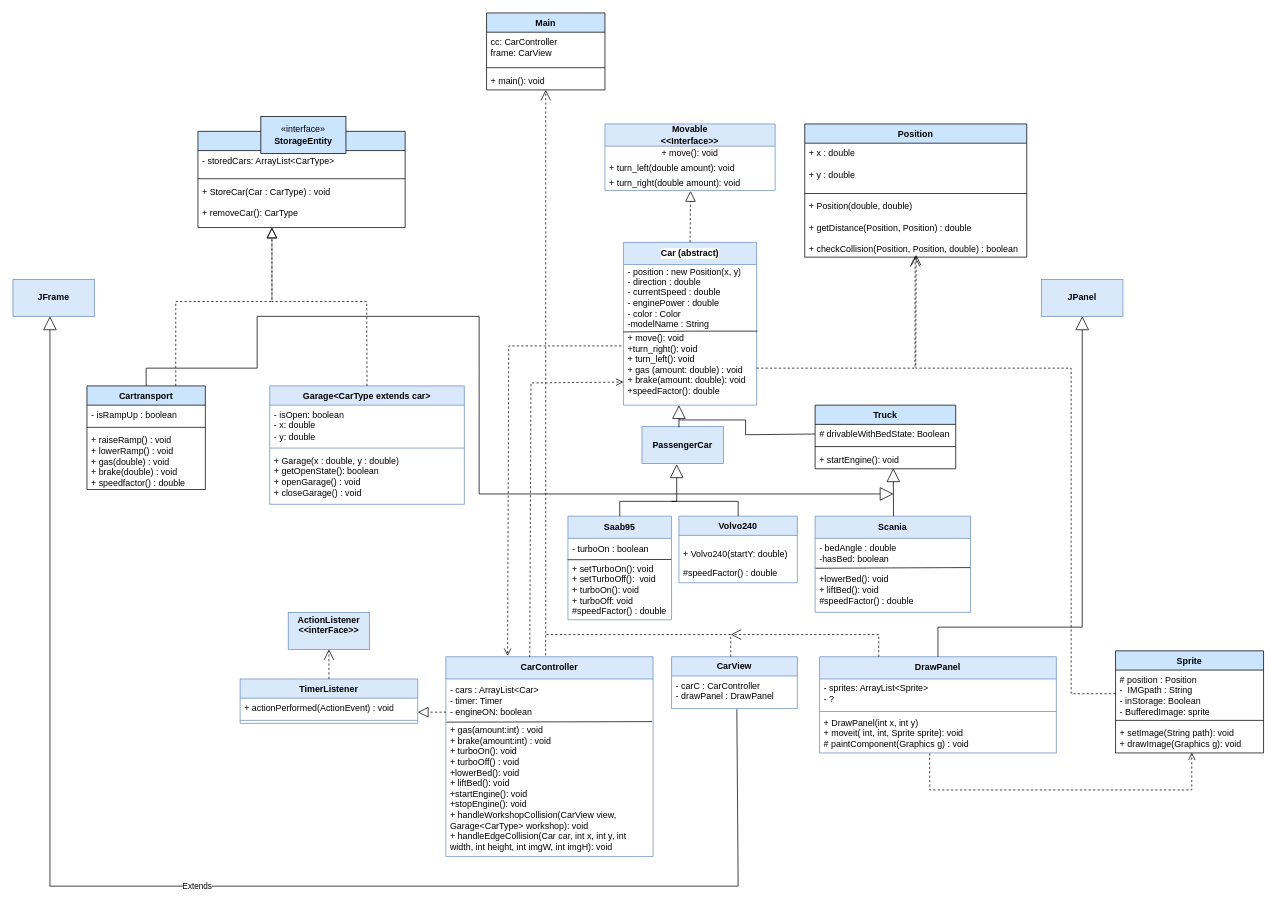
Jollan123/lab1 keeps this draw.io diagram as .idea/Namnlöst diagram.drawio. Above is the earlier version. Source tidied: cells renumbered, new cells numbered last; positions are measured from the earlier drawing's top-left corner, leaving out a move shared by most shapes. Both pictures are drawn from the tidied source at 74%, with x=0, y=0 at pixel (13, 13).
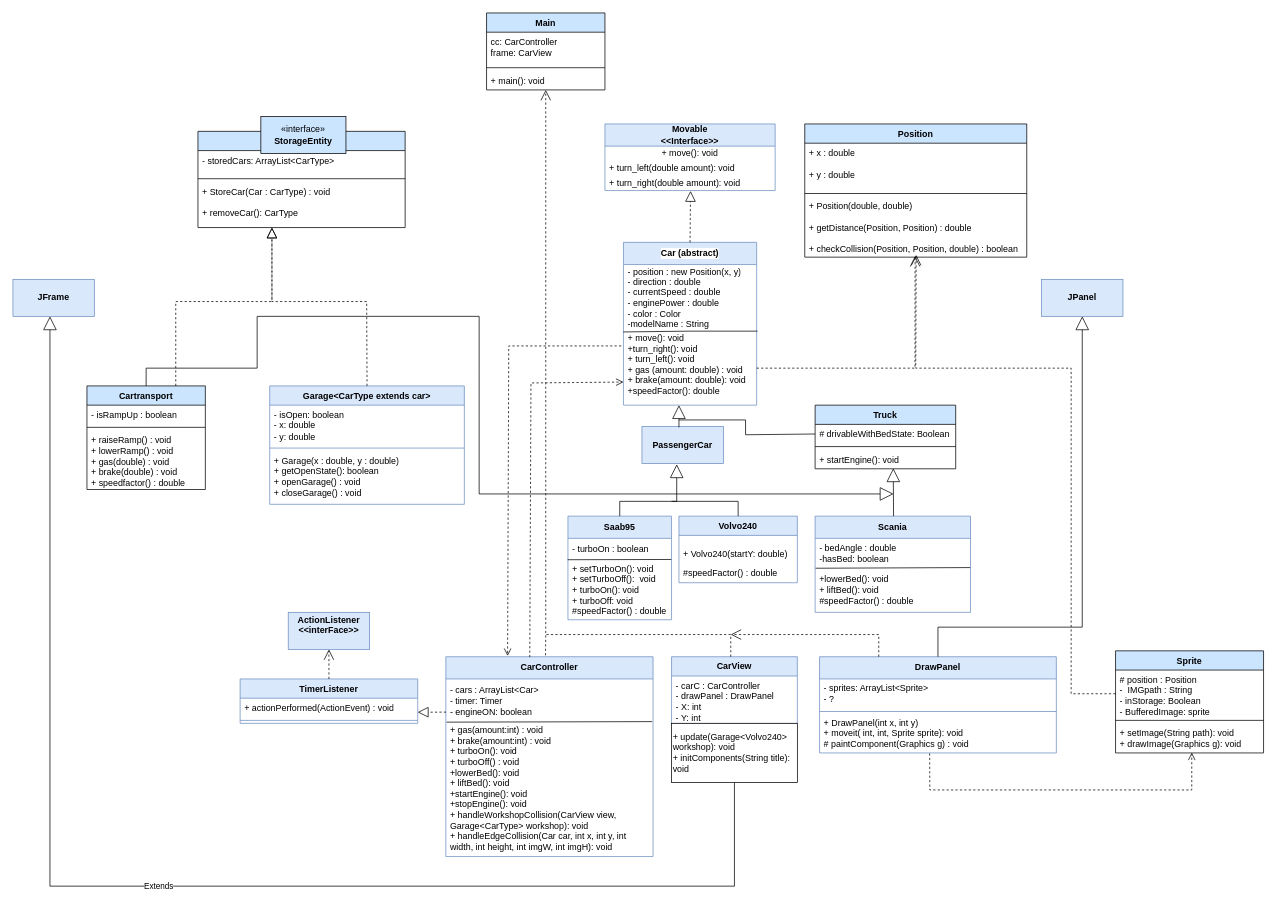
The same page after the edit.

What changed in the source:
```diff
@@
     <mxCell id="27" value="&lt;b&gt;CarView&lt;/b&gt;" style="swimlane;fontStyle=0;horizontal=1;startSize=26;fillColor=#dae8fc;whiteSpace=wrap;html=1;strokeColor=#6c8ebf;" parent="1" vertex="1">
-      <mxGeometry x="890" y="870" width="170" height="70" as="geometry" />
+      <mxGeometry x="890" y="870" width="170" height="90" as="geometry" />
     </mxCell>
@@
-    <mxCell id="29" value="- carC : CarController&lt;div&gt;- drawPanel : DrawPanel&lt;br&gt;&lt;div&gt;&lt;br&gt;&lt;/div&gt;&lt;/div&gt;" style="text;strokeColor=none;fillColor=none;align=left;verticalAlign=top;spacingLeft=4;spacingRight=4;overflow=hidden;points=[[0,0.5],[1,0.5]];portConstraint=eastwest;whiteSpace=wrap;html=1;" parent="27" vertex="1">
-      <mxGeometry y="26" width="170" height="44" as="geometry" />
+    <mxCell id="29" value="- carC : CarController&lt;div&gt;- drawPanel : DrawPanel&lt;/div&gt;&lt;div&gt;- X: int&lt;/div&gt;&lt;div&gt;- Y: int&lt;br&gt;&lt;div&gt;&lt;br&gt;&lt;/div&gt;&lt;/div&gt;" style="text;strokeColor=none;fillColor=none;align=left;verticalAlign=top;spacingLeft=4;spacingRight=4;overflow=hidden;points=[[0,0.5],[1,0.5]];portConstraint=eastwest;whiteSpace=wrap;html=1;" parent="27" vertex="1">
+      <mxGeometry y="26" width="170" height="64" as="geometry" />
     </mxCell>
@@
-    <mxCell id="72" value="Extends" style="endArrow=block;endSize=16;endFill=0;html=1;rounded=0;exitX=0.519;exitY=1.022;exitDx=0;exitDy=0;exitPerimeter=0;" parent="1" edge="1" source="29">
+    <mxCell id="72" value="Extends" style="endArrow=block;endSize=16;endFill=0;html=1;rounded=0;exitX=0.5;exitY=1;exitDx=0;exitDy=0;" parent="1" edge="1" source="88">
       <mxGeometry relative="1" as="geometry">
         <mxPoint x="50" y="410" as="targetPoint" />
         <Array as="points">
-          <mxPoint x="980" y="1180" />
+          <mxPoint x="975" y="1180" />
           <mxPoint x="50" y="1180" />
         </Array>
       </mxGeometry>
     </mxCell>
@@
+    <mxCell id="88" value="&lt;div&gt;&lt;br&gt;&lt;/div&gt;+ update(Garage&amp;lt;Volvo240&amp;gt; workshop): void&lt;div&gt;+ initComponents(String title):&lt;/div&gt;&lt;div&gt;void&lt;/div&gt;&lt;div&gt;&lt;br&gt;&lt;/div&gt;" style="html=1;whiteSpace=wrap;align=left;" parent="1" vertex="1">
+      <mxGeometry x="890" y="960" width="170" height="80" as="geometry" />
+    </mxCell>
```
